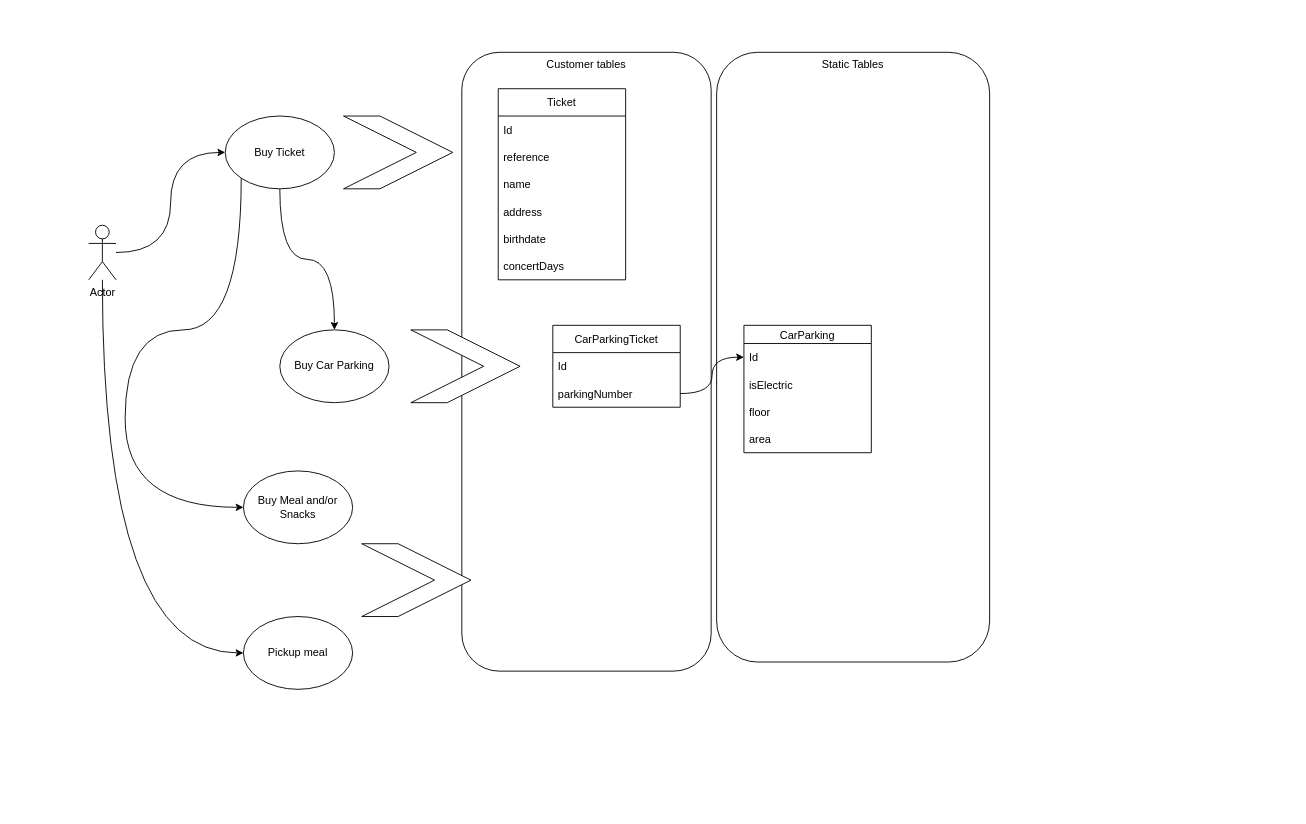
Before: docs/sketches/articles.oyc.sketch1.drawio in jesperancinha/buy-odd-yucca-concert, a draw.io diagram. Source tidied: cells renumbered, new cells numbered last; positions are measured from the earlier drawing's top-left corner, leaving out a move shared by most shapes. Both pictures are drawn from the tidied source at 91%, with x=0, y=0 at pixel (88, 52).
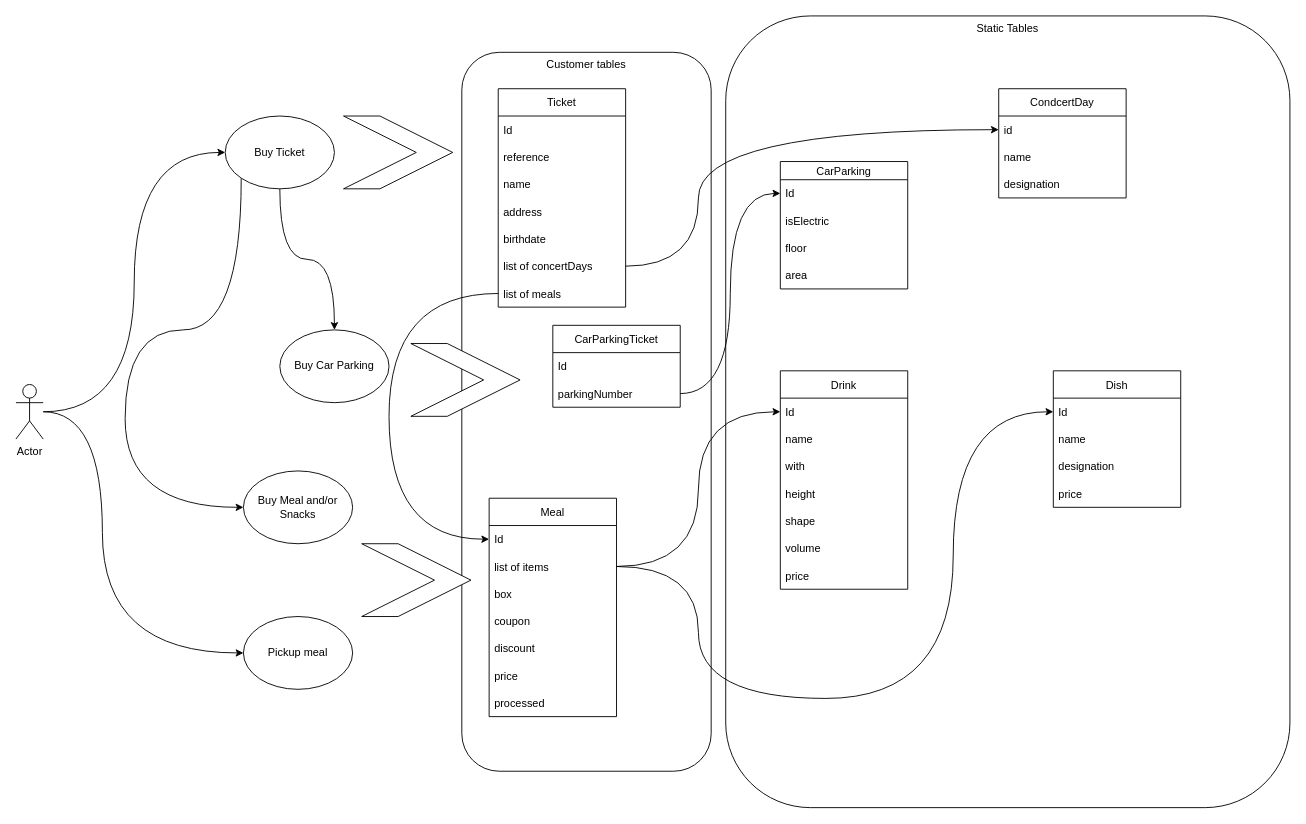
After the change.

The edit, as a diff of the source:
```diff
@@
     <mxCell id="2" value="Customer tables" style="rounded=1;whiteSpace=wrap;html=1;horizontal=1;verticalAlign=top;" parent="1" vertex="1">
-      <mxGeometry x="410" width="274" height="680" as="geometry" />
+      <mxGeometry x="410" width="274" height="790" as="geometry" />
     </mxCell>
     <mxCell id="3" value="Static Tables" style="rounded=1;whiteSpace=wrap;html=1;horizontal=1;verticalAlign=top;" parent="1" vertex="1">
-      <mxGeometry x="690" width="300" height="670" as="geometry" />
+      <mxGeometry x="700" y="-40" width="620" height="870" as="geometry" />
     </mxCell>
@@
     <mxCell id="6" value="Actor" style="shape=umlActor;verticalLabelPosition=bottom;verticalAlign=top;html=1;outlineConnect=0;" parent="1" vertex="1">
-      <mxGeometry y="190" width="30" height="60" as="geometry" />
+      <mxGeometry x="-80" y="365" width="30" height="60" as="geometry" />
     </mxCell>
     <mxCell id="7" value="Ticket" style="swimlane;fontStyle=0;horizontal=1;startSize=30;" parent="1" vertex="1">
-      <mxGeometry x="450" y="40" width="140" height="210" as="geometry" />
+      <mxGeometry x="450" y="40" width="140" height="240" as="geometry" />
     </mxCell>
@@
-    <mxCell id="13" value="concertDays" style="text;strokeColor=none;fillColor=none;align=left;verticalAlign=middle;spacingLeft=4;spacingRight=4;overflow=hidden;points=[[0,0.5],[1,0.5]];portConstraint=eastwest;" parent="7" vertex="1">
+    <mxCell id="13" value="list of concertDays" style="text;strokeColor=none;fillColor=none;align=left;verticalAlign=middle;spacingLeft=4;spacingRight=4;overflow=hidden;points=[[0,0.5],[1,0.5]];portConstraint=eastwest;" parent="7" vertex="1">
       <mxGeometry y="180" width="140" height="30" as="geometry" />
     </mxCell>
+    <mxCell id="32" value="list of meals" style="text;strokeColor=none;fillColor=none;align=left;verticalAlign=middle;spacingLeft=4;spacingRight=4;overflow=hidden;points=[[0,0.5],[1,0.5]];portConstraint=eastwest;" parent="7" vertex="1">
+      <mxGeometry y="210" width="140" height="30" as="geometry" />
+    </mxCell>
@@
     <mxCell id="22" style="shape=step;perimeter=stepPerimeter;whiteSpace=wrap;html=1;fixedSize=1;size=80;" parent="1" vertex="1">
-      <mxGeometry x="354" y="305" width="120" height="80" as="geometry" />
+      <mxGeometry x="354" y="320" width="120" height="80" as="geometry" />
     </mxCell>
     <mxCell id="23" value="CarParking" style="swimlane;fontStyle=0;horizontal=1;startSize=20;" parent="1" vertex="1">
-      <mxGeometry x="720" y="300" width="140" height="140" as="geometry" />
+      <mxGeometry x="760" y="120" width="140" height="140" as="geometry" />
     </mxCell>
@@
+    <mxCell id="33" value="Meal" style="swimlane;fontStyle=0;horizontal=1;startSize=30;" parent="1" vertex="1">
+      <mxGeometry x="440" y="490" width="140" height="240" as="geometry" />
+    </mxCell>
+    <mxCell id="34" value="Id" style="text;strokeColor=none;fillColor=none;align=left;verticalAlign=middle;spacingLeft=4;spacingRight=4;overflow=hidden;points=[[0,0.5],[1,0.5]];portConstraint=eastwest;" parent="33" vertex="1">
+      <mxGeometry y="30" width="140" height="30" as="geometry" />
+    </mxCell>
+    <mxCell id="35" value="list of items" style="text;strokeColor=none;fillColor=none;align=left;verticalAlign=middle;spacingLeft=4;spacingRight=4;overflow=hidden;points=[[0,0.5],[1,0.5]];portConstraint=eastwest;" parent="33" vertex="1">
+      <mxGeometry y="60" width="140" height="30" as="geometry" />
+    </mxCell>
+    <mxCell id="36" value="box" style="text;strokeColor=none;fillColor=none;align=left;verticalAlign=middle;spacingLeft=4;spacingRight=4;overflow=hidden;" parent="33" vertex="1">
+      <mxGeometry y="90" width="140" height="30" as="geometry" />
+    </mxCell>
+    <mxCell id="37" value="coupon" style="text;strokeColor=none;fillColor=none;align=left;verticalAlign=middle;spacingLeft=4;spacingRight=4;overflow=hidden;" parent="33" vertex="1">
+      <mxGeometry y="120" width="140" height="30" as="geometry" />
+    </mxCell>
+    <mxCell id="38" value="discount" style="text;strokeColor=none;fillColor=none;align=left;verticalAlign=middle;spacingLeft=4;spacingRight=4;overflow=hidden;" parent="33" vertex="1">
+      <mxGeometry y="150" width="140" height="30" as="geometry" />
+    </mxCell>
+    <mxCell id="39" value="price" style="text;strokeColor=none;fillColor=none;align=left;verticalAlign=middle;spacingLeft=4;spacingRight=4;overflow=hidden;" parent="33" vertex="1">
+      <mxGeometry y="180" width="140" height="30" as="geometry" />
+    </mxCell>
+    <mxCell id="40" value="processed" style="text;strokeColor=none;fillColor=none;align=left;verticalAlign=middle;spacingLeft=4;spacingRight=4;overflow=hidden;" parent="33" vertex="1">
+      <mxGeometry y="210" width="140" height="30" as="geometry" />
+    </mxCell>
+    <mxCell id="41" value="Drink" style="swimlane;fontStyle=0;horizontal=1;startSize=30;" parent="1" vertex="1">
+      <mxGeometry x="760" y="350" width="140" height="240" as="geometry" />
+    </mxCell>
+    <mxCell id="42" value="Id" style="text;strokeColor=none;fillColor=none;align=left;verticalAlign=middle;spacingLeft=4;spacingRight=4;overflow=hidden;points=[[0,0.5],[1,0.5]];portConstraint=eastwest;" parent="41" vertex="1">
+      <mxGeometry y="30" width="140" height="30" as="geometry" />
+    </mxCell>
+    <mxCell id="43" value="name" style="text;strokeColor=none;fillColor=none;align=left;verticalAlign=middle;spacingLeft=4;spacingRight=4;overflow=hidden;" parent="41" vertex="1">
+      <mxGeometry y="60" width="140" height="30" as="geometry" />
+    </mxCell>
+    <mxCell id="44" value="with" style="text;strokeColor=none;fillColor=none;align=left;verticalAlign=middle;spacingLeft=4;spacingRight=4;overflow=hidden;" parent="41" vertex="1">
+      <mxGeometry y="90" width="140" height="30" as="geometry" />
+    </mxCell>
+    <mxCell id="45" value="height" style="text;strokeColor=none;fillColor=none;align=left;verticalAlign=middle;spacingLeft=4;spacingRight=4;overflow=hidden;" parent="41" vertex="1">
+      <mxGeometry y="120" width="140" height="30" as="geometry" />
+    </mxCell>
+    <mxCell id="46" value="shape" style="text;strokeColor=none;fillColor=none;align=left;verticalAlign=middle;spacingLeft=4;spacingRight=4;overflow=hidden;" parent="41" vertex="1">
+      <mxGeometry y="150" width="140" height="30" as="geometry" />
+    </mxCell>
+    <mxCell id="47" value="volume" style="text;strokeColor=none;fillColor=none;align=left;verticalAlign=middle;spacingLeft=4;spacingRight=4;overflow=hidden;" parent="41" vertex="1">
+      <mxGeometry y="180" width="140" height="30" as="geometry" />
+    </mxCell>
+    <mxCell id="48" value="price" style="text;strokeColor=none;fillColor=none;align=left;verticalAlign=middle;spacingLeft=4;spacingRight=4;overflow=hidden;" parent="41" vertex="1">
+      <mxGeometry y="210" width="140" height="30" as="geometry" />
+    </mxCell>
+    <mxCell id="49" value="Dish" style="swimlane;fontStyle=0;horizontal=1;startSize=30;" parent="1" vertex="1">
+      <mxGeometry x="1060" y="350" width="140" height="150" as="geometry" />
+    </mxCell>
+    <mxCell id="50" value="Id" style="text;strokeColor=none;fillColor=none;align=left;verticalAlign=middle;spacingLeft=4;spacingRight=4;overflow=hidden;points=[[0,0.5],[1,0.5]];portConstraint=eastwest;" parent="49" vertex="1">
+      <mxGeometry y="30" width="140" height="30" as="geometry" />
+    </mxCell>
+    <mxCell id="51" value="name" style="text;strokeColor=none;fillColor=none;align=left;verticalAlign=middle;spacingLeft=4;spacingRight=4;overflow=hidden;" parent="49" vertex="1">
+      <mxGeometry y="60" width="140" height="30" as="geometry" />
+    </mxCell>
+    <mxCell id="52" value="designation" style="text;strokeColor=none;fillColor=none;align=left;verticalAlign=middle;spacingLeft=4;spacingRight=4;overflow=hidden;" parent="49" vertex="1">
+      <mxGeometry y="90" width="140" height="30" as="geometry" />
+    </mxCell>
+    <mxCell id="53" value="price" style="text;strokeColor=none;fillColor=none;align=left;verticalAlign=middle;spacingLeft=4;spacingRight=4;overflow=hidden;" parent="49" vertex="1">
+      <mxGeometry y="120" width="140" height="30" as="geometry" />
+    </mxCell>
+    <mxCell id="54" style="edgeStyle=orthogonalEdgeStyle;curved=1;jettySize=auto;html=1;exitX=1;exitY=0.5;exitDx=0;exitDy=0;entryX=0;entryY=0.5;entryDx=0;entryDy=0;" parent="1" edge="1" source="35" target="42">
+      <mxGeometry relative="1" as="geometry" />
+    </mxCell>
+    <mxCell id="55" style="edgeStyle=orthogonalEdgeStyle;curved=1;jettySize=auto;html=1;entryX=0;entryY=0.5;entryDx=0;entryDy=0;exitX=1;exitY=0.5;exitDx=0;exitDy=0;" parent="1" edge="1" source="35" target="50">
+      <mxGeometry relative="1" as="geometry">
+        <Array as="points">
+          <mxPoint x="670" y="565" />
+          <mxPoint x="670" y="710" />
+          <mxPoint x="950" y="710" />
+          <mxPoint x="950" y="395" />
+        </Array>
+      </mxGeometry>
+    </mxCell>
+    <mxCell id="56" value="CondcertDay" style="swimlane;fontStyle=0;horizontal=1;startSize=30;" parent="1" vertex="1">
+      <mxGeometry x="1000" y="40" width="140" height="120" as="geometry" />
+    </mxCell>
+    <mxCell id="57" value="id" style="text;strokeColor=none;fillColor=none;align=left;verticalAlign=middle;spacingLeft=4;spacingRight=4;overflow=hidden;points=[[0,0.5],[1,0.5]];portConstraint=eastwest;" parent="56" vertex="1">
+      <mxGeometry y="30" width="140" height="30" as="geometry" />
+    </mxCell>
+    <mxCell id="58" value="name" style="text;strokeColor=none;fillColor=none;align=left;verticalAlign=middle;spacingLeft=4;spacingRight=4;overflow=hidden;" parent="56" vertex="1">
+      <mxGeometry y="60" width="140" height="30" as="geometry" />
+    </mxCell>
+    <mxCell id="59" value="designation" style="text;strokeColor=none;fillColor=none;align=left;verticalAlign=middle;spacingLeft=4;spacingRight=4;overflow=hidden;" parent="56" vertex="1">
+      <mxGeometry y="90" width="140" height="30" as="geometry" />
+    </mxCell>
+    <mxCell id="60" style="edgeStyle=orthogonalEdgeStyle;curved=1;jettySize=auto;html=1;exitX=1;exitY=0.5;exitDx=0;exitDy=0;entryX=0;entryY=0.5;entryDx=0;entryDy=0;" parent="1" edge="1" source="13" target="57">
+      <mxGeometry relative="1" as="geometry">
+        <Array as="points">
+          <mxPoint x="670" y="235" />
+          <mxPoint x="670" y="85" />
+        </Array>
+      </mxGeometry>
+    </mxCell>
+    <mxCell id="61" style="edgeStyle=orthogonalEdgeStyle;curved=1;jettySize=auto;html=1;exitX=0;exitY=0.5;exitDx=0;exitDy=0;entryX=0;entryY=0.5;entryDx=0;entryDy=0;" parent="1" edge="1" source="32" target="34">
+      <mxGeometry relative="1" as="geometry">
+        <Array as="points">
+          <mxPoint x="330" y="265" />
+          <mxPoint x="330" y="535" />
+        </Array>
+      </mxGeometry>
+    </mxCell>
```
